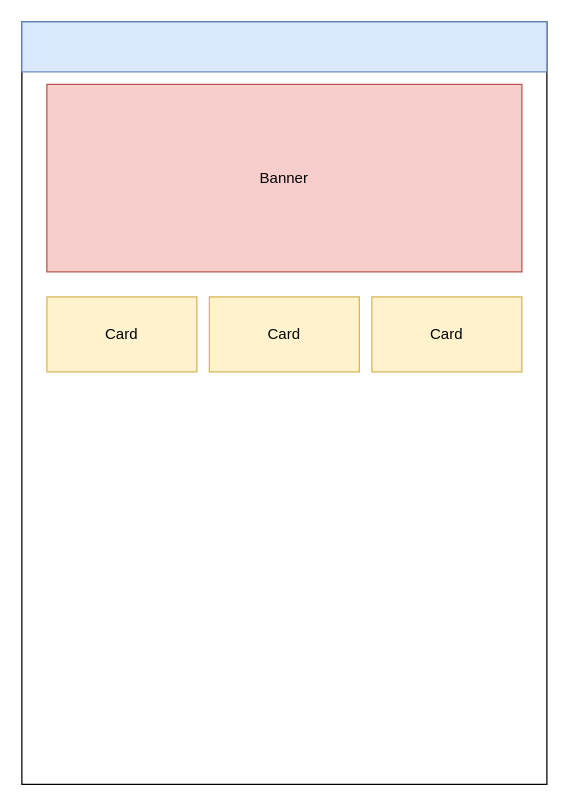
Above: wireframe.drawio in mujohannes/website-wed-S2-20 (draw.io), before the change. Source tidied: cells renumbered, new cells numbered last; positions are measured from the earlier drawing's top-left corner, leaving out a move shared by most shapes. Both pictures are drawn from the tidied source at 125%, with x=0, y=0 at pixel (21, 21).
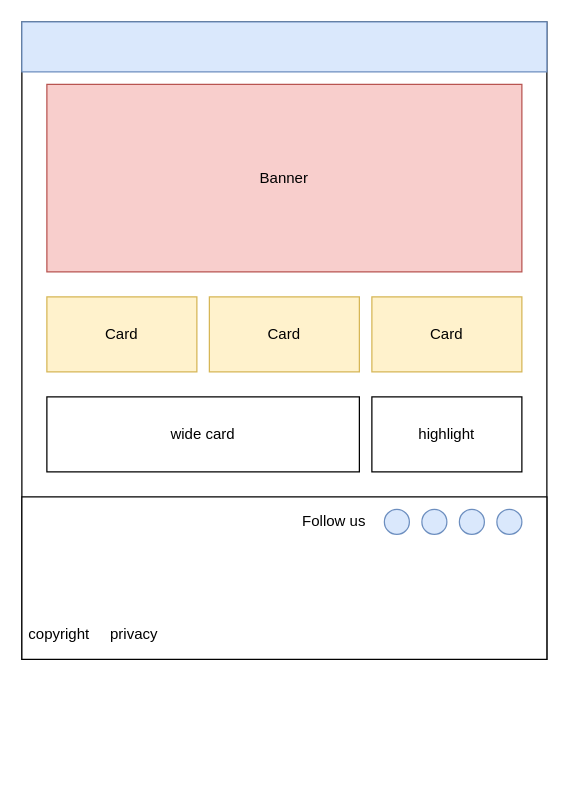
After the change.

What changed in the source:
```diff
@@
 <mxGraphModel>
   <root>
     <mxCell id="0" />
     <mxCell id="1" parent="0" />
     <mxCell id="2" style="rounded=0;whiteSpace=wrap;html=1;" parent="1" vertex="1">
-      <mxGeometry width="420" height="610" as="geometry" />
+      <mxGeometry width="420" height="510" as="geometry" />
     </mxCell>
     <mxCell id="3" style="rounded=0;whiteSpace=wrap;html=1;fillColor=#dae8fc;strokeColor=#6c8ebf;" parent="1" vertex="1">
       <mxGeometry width="420" height="40" as="geometry" />
     </mxCell>
     <mxCell id="4" style="group;" parent="1" vertex="1">
       <mxGeometry x="20" y="220" width="380" height="60" as="geometry" />
     </mxCell>
     <mxCell id="5" value="Card" style="rounded=0;whiteSpace=wrap;html=1;fillColor=#fff2cc;strokeColor=#d6b656;" parent="4" vertex="1">
       <mxGeometry width="120" height="60" as="geometry" />
     </mxCell>
     <mxCell id="6" value="Card" style="rounded=0;whiteSpace=wrap;html=1;fillColor=#fff2cc;strokeColor=#d6b656;" parent="4" vertex="1">
       <mxGeometry x="130" width="120" height="60" as="geometry" />
     </mxCell>
     <mxCell id="7" value="Card" style="rounded=0;whiteSpace=wrap;html=1;fillColor=#fff2cc;strokeColor=#d6b656;" parent="4" vertex="1">
       <mxGeometry x="260" width="120" height="60" as="geometry" />
     </mxCell>
     <mxCell id="8" value="Banner" style="rounded=0;whiteSpace=wrap;html=1;fillColor=#f8cecc;strokeColor=#b85450;" parent="1" vertex="1">
       <mxGeometry x="20" y="50" width="380" height="150" as="geometry" />
     </mxCell>
+    <mxCell id="9" value="wide card" style="rounded=0;whiteSpace=wrap;html=1;" parent="1" vertex="1">
+      <mxGeometry x="20" y="300" width="250" height="60" as="geometry" />
+    </mxCell>
+    <mxCell id="10" value="highlight" style="rounded=0;whiteSpace=wrap;html=1;" parent="1" vertex="1">
+      <mxGeometry x="280" y="300" width="120" height="60" as="geometry" />
+    </mxCell>
+    <mxCell id="11" style="rounded=0;whiteSpace=wrap;html=1;" parent="1" vertex="1">
+      <mxGeometry y="380" width="420" height="130" as="geometry" />
+    </mxCell>
+    <mxCell id="12" value="copyright" style="text;html=1;strokeColor=none;fillColor=none;align=center;verticalAlign=middle;whiteSpace=wrap;rounded=0;" parent="1" vertex="1">
+      <mxGeometry x="10" y="480" width="40" height="20" as="geometry" />
+    </mxCell>
+    <mxCell id="13" value="privacy" style="text;html=1;strokeColor=none;fillColor=none;align=center;verticalAlign=middle;whiteSpace=wrap;rounded=0;" parent="1" vertex="1">
+      <mxGeometry x="70" y="480" width="40" height="20" as="geometry" />
+    </mxCell>
+    <mxCell id="14" style="ellipse;whiteSpace=wrap;html=1;fillColor=#dae8fc;strokeColor=#6c8ebf;" parent="1" vertex="1">
+      <mxGeometry x="290" y="390" width="20" height="20" as="geometry" />
+    </mxCell>
+    <mxCell id="15" style="ellipse;whiteSpace=wrap;html=1;fillColor=#dae8fc;strokeColor=#6c8ebf;" parent="1" vertex="1">
+      <mxGeometry x="320" y="390" width="20" height="20" as="geometry" />
+    </mxCell>
+    <mxCell id="16" style="ellipse;whiteSpace=wrap;html=1;fillColor=#dae8fc;strokeColor=#6c8ebf;" parent="1" vertex="1">
+      <mxGeometry x="350" y="390" width="20" height="20" as="geometry" />
+    </mxCell>
+    <mxCell id="17" style="ellipse;whiteSpace=wrap;html=1;fillColor=#dae8fc;strokeColor=#6c8ebf;" parent="1" vertex="1">
+      <mxGeometry x="380" y="390" width="20" height="20" as="geometry" />
+    </mxCell>
+    <mxCell id="18" value="Follow us" style="text;html=1;strokeColor=none;fillColor=none;align=center;verticalAlign=middle;whiteSpace=wrap;rounded=0;" parent="1" vertex="1">
+      <mxGeometry x="220" y="390" width="60" height="20" as="geometry" />
+    </mxCell>
   </root>
 </mxGraphModel>
```
